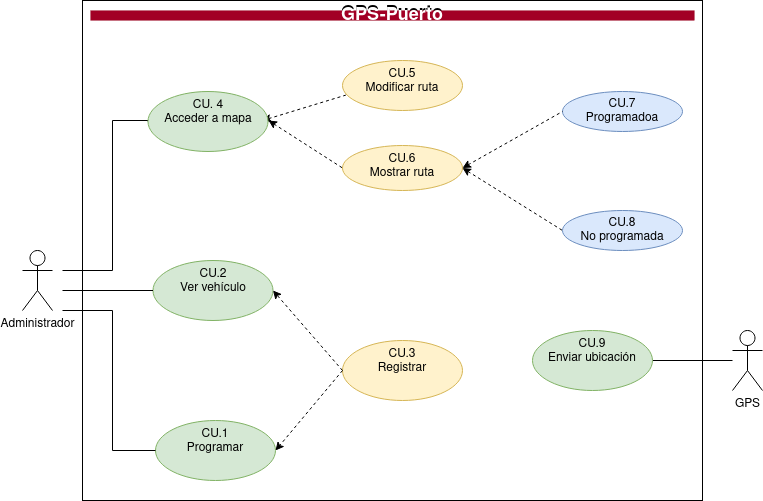
Above: Tareas/casosUso/Tarea3/img/GpsPuerto.drawio.png in colidom/ets (draw.io), before the change. Source tidied: cells renumbered, new cells last; positions are measured from the earlier drawing's top-left corner, leaving out a move shared by most shapes.
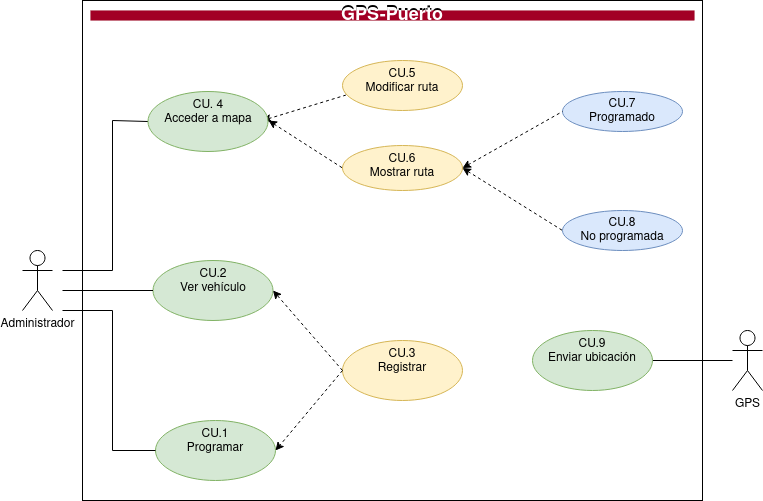
Above is the later version.

Diff of the diagram source:
```diff
@@ -48,7 +48,7 @@
     <mxCell id="11" value="&lt;div&gt;CU.5&lt;/div&gt;&lt;div&gt;Modificar ruta&lt;br&gt;&lt;/div&gt;" style="ellipse;whiteSpace=wrap;html=1;verticalAlign=top;fillColor=#fff2cc;strokeColor=#d6b656;" parent="1" vertex="1">
       <mxGeometry x="320" y="60" width="120" height="50" as="geometry" />
     </mxCell>
-    <mxCell id="12" value="&lt;div&gt;CU.7&lt;/div&gt;&lt;div&gt;Programadoa&lt;/div&gt;" style="ellipse;whiteSpace=wrap;html=1;fillColor=#dae8fc;strokeColor=#6c8ebf;" parent="1" vertex="1">
+    <mxCell id="12" value="&lt;div&gt;CU.7&lt;/div&gt;&lt;div&gt;Programado&lt;/div&gt;" style="ellipse;whiteSpace=wrap;html=1;fillColor=#dae8fc;strokeColor=#6c8ebf;" parent="1" vertex="1">
       <mxGeometry x="540" y="91" width="120" height="40" as="geometry" />
     </mxCell>
     <mxCell id="13" value="&lt;div&gt;CU.8&lt;/div&gt;&lt;div&gt;No programada&lt;/div&gt;" style="ellipse;whiteSpace=wrap;html=1;fillColor=#dae8fc;strokeColor=#6c8ebf;" parent="1" vertex="1">
```
